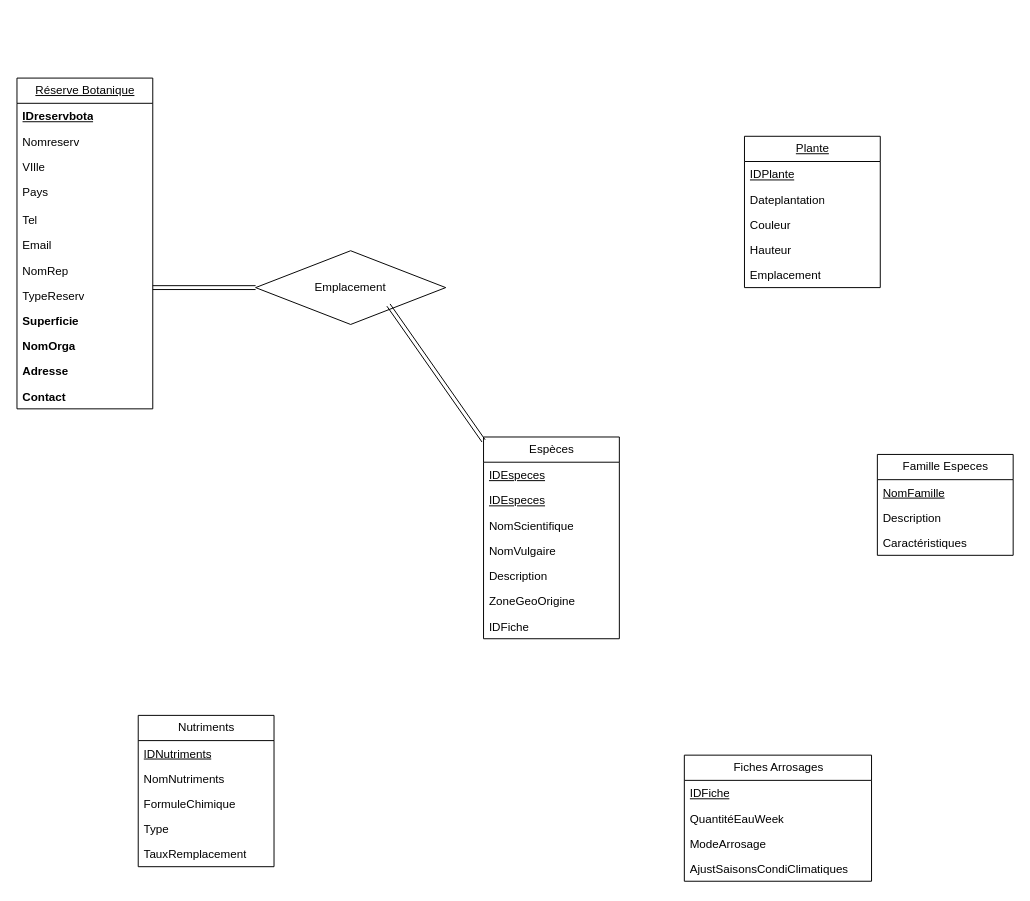
Earlier version of the draw.io diagram SAE3/Untitled Diagram.drawio (korasrar/Work). Source tidied: cells renumbered, new cells numbered last; positions are measured from the earlier drawing's top-left corner, leaving out a move shared by most shapes. Both pictures are drawn from the tidied source at 97%, with x=0, y=0 at pixel (16, 78).
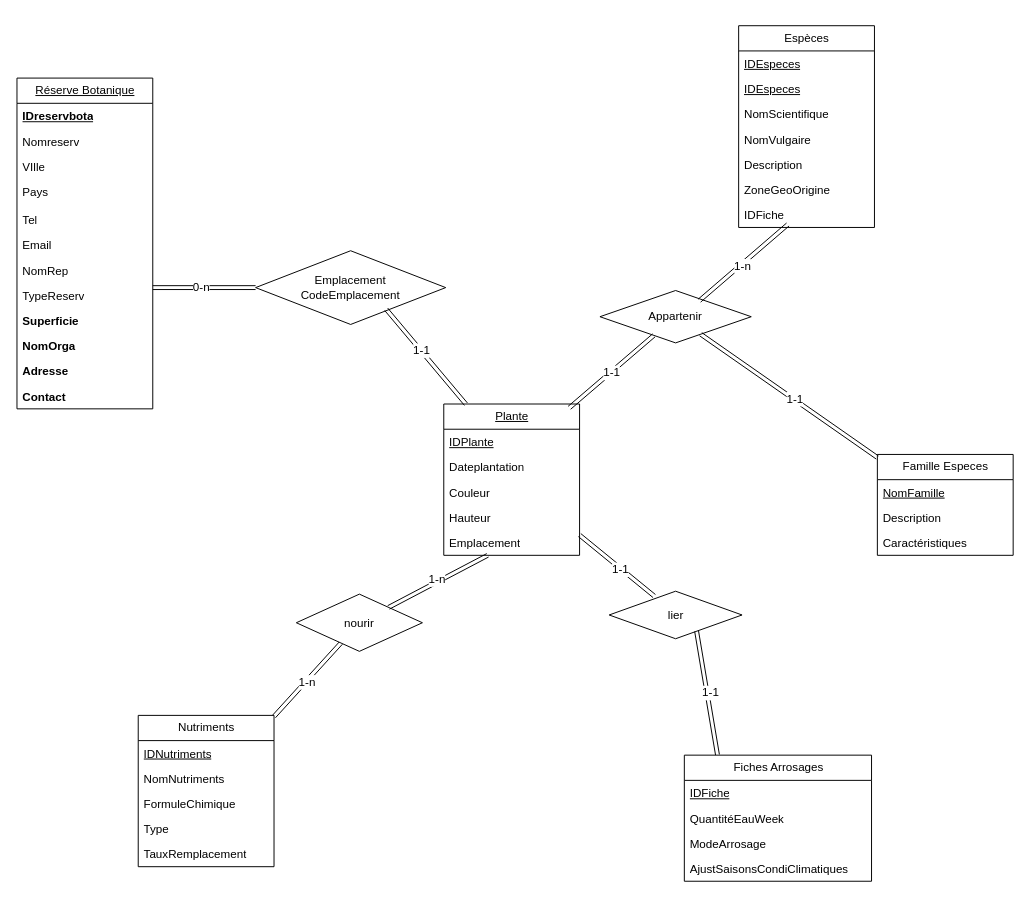
The same page after the edit.

Commit message:
Mettre à jour Untitled Diagram.drawio

The change refers to these unchanged cells:
```xml
<mxCell id="2" value="Réserve Botanique" style="swimlane;fontStyle=4;horizontal=1;startSize=26;fillColor=none;html=1;" parent="1" vertex="1">
  <mxGeometry width="140" height="341" as="geometry" />
</mxCell>
<mxCell id="20" value="Emplacement" style="text;strokeColor=none;fillColor=none;align=left;verticalAlign=top;spacingLeft=4;spacingRight=4;overflow=hidden;points=[[0,0.5],[1,0.5]];portConstraint=eastwest;whiteSpace=wrap;html=1;" parent="15" vertex="1">
  <mxGeometry y="130" width="140" height="26" as="geometry" />
</mxCell>
<mxCell id="28" value="IDFiche" style="text;strokeColor=none;fillColor=none;align=left;verticalAlign=top;spacingLeft=4;spacingRight=4;overflow=hidden;points=[[0,0.5],[1,0.5]];portConstraint=eastwest;whiteSpace=wrap;html=1;" parent="21" vertex="1">
  <mxGeometry y="182" width="140" height="26" as="geometry" />
</mxCell>
<mxCell id="29" value="Famille Especes" style="swimlane;fontStyle=0;horizontal=1;startSize=26;fillColor=none;html=1;" parent="1" vertex="1">
  <mxGeometry x="887" y="388" width="140" height="104" as="geometry" />
</mxCell>
<mxCell id="33" value="Fiches Arrosages" style="swimlane;fontStyle=0;horizontal=1;startSize=26;fillColor=none;html=1;" parent="1" vertex="1">
  <mxGeometry x="688" y="698" width="193" height="130" as="geometry" />
</mxCell>
<mxCell id="38" value="Nutriments" style="swimlane;fontStyle=0;horizontal=1;startSize=26;fillColor=none;html=1;" parent="1" vertex="1">
  <mxGeometry x="125" y="657" width="140" height="156" as="geometry" />
</mxCell>
<mxCell id="45" style="shape=link;html=1;rounded=0;fontSize=12;startSize=8;endSize=8;curved=1;entryX=0;entryY=0.5;entryDx=0;entryDy=0;" parent="1" edge="1" target="44">
  <mxGeometry relative="1" as="geometry">
    <mxPoint x="140" y="216" as="sourcePoint" />
  </mxGeometry>
</mxCell>
```

Change to the diagram source:
```diff
@@
-    <mxCell id="3" value="&lt;u&gt;&lt;b&gt;IDreservbota&lt;/b&gt;&lt;/u&gt;" style="text;strokeColor=none;fillColor=none;align=left;verticalAlign=top;spacingLeft=4;spacingRight=4;overflow=hidden;whiteSpace=wrap;html=1;" parent="2" vertex="1">
+    <mxCell id="3" value="&lt;b&gt;&lt;u&gt;IDreservbota&lt;/u&gt;&lt;/b&gt;" style="text;strokeColor=none;fillColor=none;align=left;verticalAlign=top;spacingLeft=4;spacingRight=4;overflow=hidden;whiteSpace=wrap;html=1;" parent="2" vertex="1">
       <mxGeometry y="26" width="140" height="26" as="geometry" />
     </mxCell>
@@
     <mxCell id="15" value="&lt;u&gt;Plante&lt;/u&gt;" style="swimlane;fontStyle=0;horizontal=1;startSize=26;fillColor=none;html=1;" parent="1" vertex="1">
-      <mxGeometry x="750" y="60" width="140" height="156" as="geometry" />
+      <mxGeometry x="440" y="336" width="140" height="156" as="geometry" />
     </mxCell>
@@
     <mxCell id="21" value="Espèces" style="swimlane;fontStyle=0;horizontal=1;startSize=26;fillColor=none;html=1;" parent="1" vertex="1">
-      <mxGeometry x="481" y="370" width="140" height="208" as="geometry" />
+      <mxGeometry x="744" y="-54" width="140" height="208" as="geometry" />
     </mxCell>
@@
-    <mxCell id="44" value="Emplacement" style="rhombus;whiteSpace=wrap;html=1;" parent="1" vertex="1">
+    <mxCell id="44" value="&lt;div&gt;Emplacement&lt;/div&gt;&lt;div&gt;CodeEmplacement&lt;br&gt;&lt;/div&gt;" style="rhombus;whiteSpace=wrap;html=1;" parent="1" vertex="1">
       <mxGeometry x="246" y="178" width="196" height="76" as="geometry" />
     </mxCell>
@@
-    <mxCell id="46" style="shape=link;html=1;rounded=0;fontSize=12;startSize=8;endSize=8;curved=1;" parent="1" edge="1" target="21">
-      <mxGeometry relative="1" as="geometry">
-        <mxPoint x="383" y="234" as="sourcePoint" />
-      </mxGeometry>
-    </mxCell>
+    <mxCell id="47" value="0-n" style="edgeLabel;html=1;align=center;verticalAlign=middle;fontSize=12;" parent="45" vertex="1">
+      <mxGeometry x="-0.08" y="1" relative="1" as="geometry" />
+    </mxCell>
+    <mxCell id="48" style="edgeStyle=none;curved=1;rounded=0;orthogonalLoop=1;jettySize=auto;html=1;exitX=0.25;exitY=0;exitDx=0;exitDy=0;fontSize=12;startSize=8;endSize=8;" parent="1" edge="1" source="21" target="21">
+      <mxGeometry relative="1" as="geometry" />
+    </mxCell>
+    <mxCell id="49" style="shape=link;html=1;rounded=0;fontSize=12;startSize=8;endSize=8;curved=1;entryX=0.163;entryY=0.001;entryDx=0;entryDy=0;entryPerimeter=0;exitX=0.687;exitY=0.794;exitDx=0;exitDy=0;exitPerimeter=0;" parent="1" edge="1" source="44" target="15">
+      <mxGeometry relative="1" as="geometry" />
+    </mxCell>
+    <mxCell id="50" value="1-1" style="edgeLabel;html=1;align=center;verticalAlign=middle;fontSize=12;" parent="49" vertex="1">
+      <mxGeometry x="-0.29" relative="1" as="geometry">
+        <mxPoint x="7" y="8" as="offset" />
+      </mxGeometry>
+    </mxCell>
+    <mxCell id="51" value="Appartenir" style="rhombus;whiteSpace=wrap;html=1;" parent="1" vertex="1">
+      <mxGeometry x="601" y="219" width="156" height="54" as="geometry" />
+    </mxCell>
+    <mxCell id="52" style="shape=link;html=1;rounded=0;fontSize=12;startSize=8;endSize=8;curved=1;entryX=0.362;entryY=0.883;entryDx=0;entryDy=0;entryPerimeter=0;exitX=0.657;exitY=0.194;exitDx=0;exitDy=0;exitPerimeter=0;" parent="1" edge="1" source="51" target="28">
+      <mxGeometry relative="1" as="geometry" />
+    </mxCell>
+    <mxCell id="53" value="1-n" style="edgeLabel;html=1;align=center;verticalAlign=middle;fontSize=12;" parent="52" vertex="1">
+      <mxGeometry x="-0.06" y="-1" relative="1" as="geometry" />
+    </mxCell>
+    <mxCell id="54" style="shape=link;html=1;rounded=0;fontSize=12;startSize=8;endSize=8;curved=1;exitX=0.925;exitY=0.025;exitDx=0;exitDy=0;exitPerimeter=0;" parent="1" edge="1" source="15" target="51">
+      <mxGeometry relative="1" as="geometry" />
+    </mxCell>
+    <mxCell id="55" value="1-1" style="edgeLabel;html=1;align=center;verticalAlign=middle;fontSize=12;" parent="54" vertex="1">
+      <mxGeometry x="-0.02" relative="1" as="geometry" />
+    </mxCell>
+    <mxCell id="56" style="shape=link;html=1;rounded=0;fontSize=12;startSize=8;endSize=8;curved=1;" parent="1" edge="1" source="51" target="29">
+      <mxGeometry relative="1" as="geometry" />
+    </mxCell>
+    <mxCell id="57" value="1-1" style="edgeLabel;html=1;align=center;verticalAlign=middle;fontSize=12;" parent="56" vertex="1">
+      <mxGeometry x="0.05" y="2" relative="1" as="geometry">
+        <mxPoint y="1" as="offset" />
+      </mxGeometry>
+    </mxCell>
+    <mxCell id="58" style="shape=link;html=1;rounded=0;fontSize=12;startSize=8;endSize=8;curved=1;" parent="1" edge="1" source="38" target="60">
+      <mxGeometry relative="1" as="geometry" />
+    </mxCell>
+    <mxCell id="59" value="1-n" style="edgeLabel;html=1;align=center;verticalAlign=middle;fontSize=12;" parent="58" vertex="1">
+      <mxGeometry x="-0.05" y="-1" relative="1" as="geometry" />
+    </mxCell>
+    <mxCell id="60" value="nourir" style="rhombus;whiteSpace=wrap;html=1;" parent="1" vertex="1">
+      <mxGeometry x="288" y="532" width="130" height="59" as="geometry" />
+    </mxCell>
+    <mxCell id="61" style="shape=link;html=1;rounded=0;fontSize=12;startSize=8;endSize=8;curved=1;" parent="1" edge="1" source="60" target="20">
+      <mxGeometry relative="1" as="geometry" />
+    </mxCell>
+    <mxCell id="62" value="1-n" style="edgeLabel;html=1;align=center;verticalAlign=middle;fontSize=12;" parent="61" vertex="1">
+      <mxGeometry x="-0.01" y="3" relative="1" as="geometry" />
+    </mxCell>
+    <mxCell id="63" value="lier" style="rhombus;whiteSpace=wrap;html=1;" parent="1" vertex="1">
+      <mxGeometry x="610.5" y="529" width="137" height="49" as="geometry" />
+    </mxCell>
+    <mxCell id="64" style="shape=link;html=1;rounded=0;fontSize=12;startSize=8;endSize=8;curved=1;entryX=0.339;entryY=0.101;entryDx=0;entryDy=0;entryPerimeter=0;" parent="1" edge="1" source="15" target="63">
+      <mxGeometry relative="1" as="geometry" />
+    </mxCell>
+    <mxCell id="65" value="1-1" style="edgeLabel;html=1;align=center;verticalAlign=middle;fontSize=12;" parent="64" vertex="1">
+      <mxGeometry x="0.11" y="-1" relative="1" as="geometry" />
+    </mxCell>
+    <mxCell id="66" style="shape=link;html=1;rounded=0;fontSize=12;startSize=8;endSize=8;curved=1;exitX=0.658;exitY=0.841;exitDx=0;exitDy=0;exitPerimeter=0;entryX=0.177;entryY=-0.003;entryDx=0;entryDy=0;entryPerimeter=0;" parent="1" edge="1" source="63" target="33">
+      <mxGeometry relative="1" as="geometry" />
+    </mxCell>
+    <mxCell id="67" value="1-1" style="edgeLabel;html=1;align=center;verticalAlign=middle;fontSize=12;" parent="66" vertex="1">
+      <mxGeometry x="0.01" y="3" relative="1" as="geometry" />
+    </mxCell>
```
